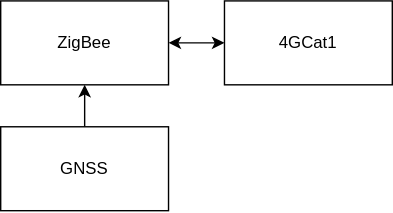
This is 系统结构图.drawio.svg from anvalue/DrawIo_SQ, a draw.io export, as it was before one commit. Source tidied: cells renumbered, new cells last; positions are measured from the earlier drawing's top-left corner, leaving out a move shared by most shapes. Its diagram source:
```xml
<mxGraphModel>
  <root>
    <mxCell id="0" />
    <mxCell id="1" parent="0" />
    <mxCell id="2" style="edgeStyle=orthogonalEdgeStyle;rounded=0;jettySize=auto;html=1;endArrow=none;endFill=0;startArrow=classic;startFill=1;" parent="1" edge="1" source="4" target="5">
      <mxGeometry relative="1" as="geometry" />
    </mxCell>
    <mxCell id="3" style="edgeStyle=orthogonalEdgeStyle;rounded=0;jettySize=auto;html=1;endArrow=classic;endFill=1;startArrow=classic;startFill=1;" parent="1" edge="1" source="4" target="6">
      <mxGeometry relative="1" as="geometry" />
    </mxCell>
    <mxCell id="4" value="ZigBee" style="rounded=0;whiteSpace=wrap;html=1;" parent="1" vertex="1">
      <mxGeometry width="120" height="60" as="geometry" />
    </mxCell>
    <mxCell id="5" value="GNSS" style="rounded=0;whiteSpace=wrap;html=1;" parent="1" vertex="1">
      <mxGeometry y="90" width="120" height="60" as="geometry" />
    </mxCell>
    <mxCell id="6" value="4GCat1" style="rounded=0;whiteSpace=wrap;html=1;" parent="1" vertex="1">
      <mxGeometry x="160" width="120" height="60" as="geometry" />
    </mxCell>
  </root>
</mxGraphModel>
```
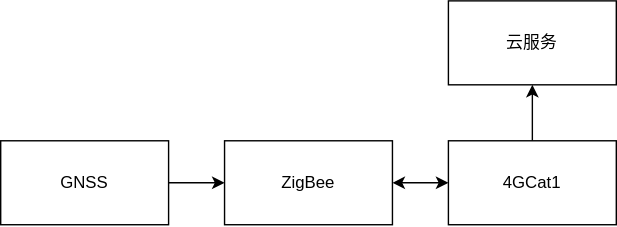
Later version of the same file.

Commit message:
更新系统结构图.drawio.svg

What changed in the source:
```diff
@@ -2,20 +2,26 @@
   <root>
     <mxCell id="0" />
     <mxCell id="1" parent="0" />
-    <mxCell id="2" style="edgeStyle=orthogonalEdgeStyle;rounded=0;jettySize=auto;html=1;endArrow=none;endFill=0;startArrow=classic;startFill=1;" parent="1" edge="1" source="4" target="5">
-      <mxGeometry relative="1" as="geometry" />
-    </mxCell>
     <mxCell id="3" style="edgeStyle=orthogonalEdgeStyle;rounded=0;jettySize=auto;html=1;endArrow=classic;endFill=1;startArrow=classic;startFill=1;" parent="1" edge="1" source="4" target="6">
       <mxGeometry relative="1" as="geometry" />
     </mxCell>
     <mxCell id="4" value="ZigBee" style="rounded=0;whiteSpace=wrap;html=1;" parent="1" vertex="1">
       <mxGeometry width="120" height="60" as="geometry" />
     </mxCell>
+    <mxCell id="7" style="edgeStyle=orthogonalEdgeStyle;rounded=0;jettySize=auto;html=1;" parent="1" edge="1" source="6" target="9">
+      <mxGeometry relative="1" as="geometry" />
+    </mxCell>
+    <mxCell id="6" value="4GCat1" style="rounded=0;whiteSpace=wrap;html=1;" parent="1" vertex="1">
+      <mxGeometry x="160" width="120" height="60" as="geometry" />
+    </mxCell>
+    <mxCell id="8" style="edgeStyle=orthogonalEdgeStyle;rounded=0;jettySize=auto;html=1;entryX=0;entryY=0.5;entryDx=0;entryDy=0;" parent="1" edge="1" source="5" target="4">
+      <mxGeometry relative="1" as="geometry" />
+    </mxCell>
     <mxCell id="5" value="GNSS" style="rounded=0;whiteSpace=wrap;html=1;" parent="1" vertex="1">
-      <mxGeometry y="90" width="120" height="60" as="geometry" />
+      <mxGeometry x="-160" width="120" height="60" as="geometry" />
     </mxCell>
-    <mxCell id="6" value="4GCat1" style="rounded=0;whiteSpace=wrap;html=1;" parent="1" vertex="1">
-      <mxGeometry x="160" width="120" height="60" as="geometry" />
-    </mxCell>
+    <mxCell id="9" value="云服务" style="rounded=0;whiteSpace=wrap;html=1;" parent="1" vertex="1">
+      <mxGeometry x="160" y="-100" width="120" height="60" as="geometry" />
+    </mxCell>
   </root>
 </mxGraphModel>
```
